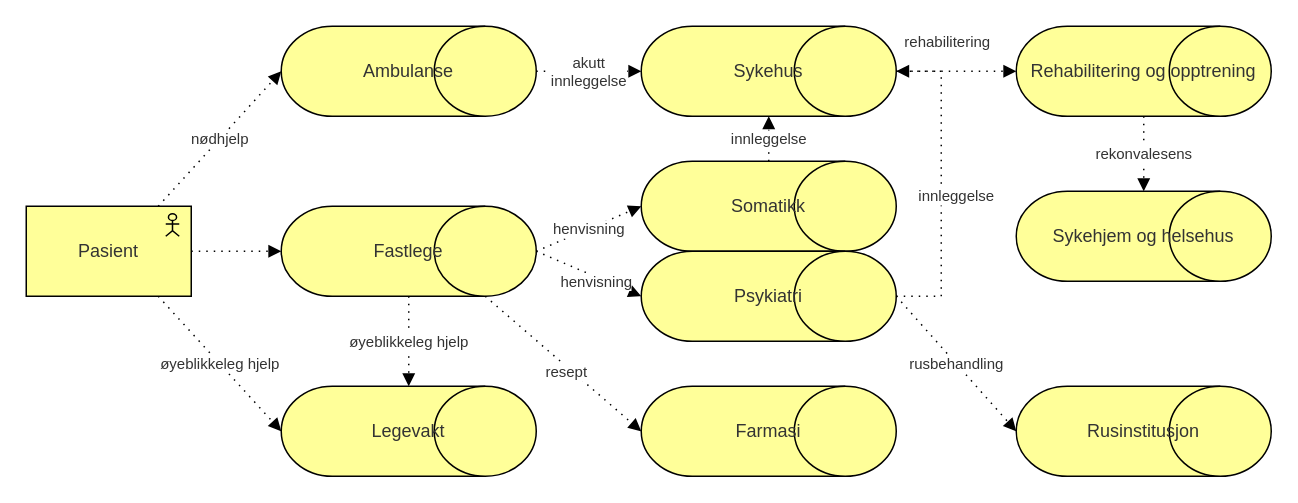
This is page "pasientflyt-oppdatert" (2 of 3) of docs/business/prosess.drawio from hdir/Digital-Forstelinje, a draw.io file, before an edit. Source tidied: cells renumbered, new cells numbered last; positions are measured from the earlier drawing's top-left corner, leaving out a move shared by most shapes. Both pictures are drawn from the tidied source at 150%, with x=0, y=0 at pixel (26, 26).
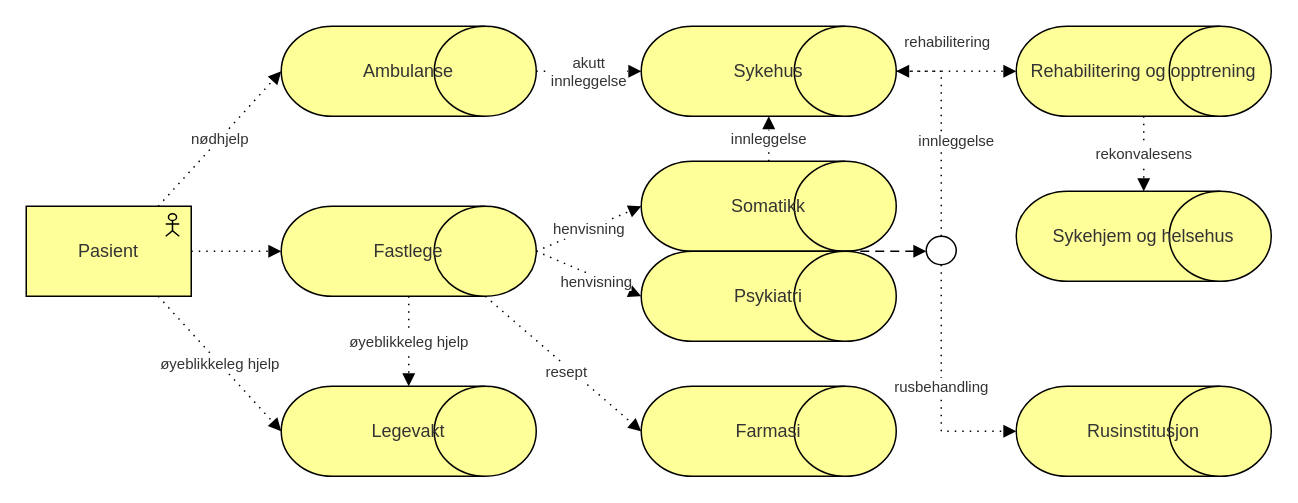
The same page after the edit.

Commit message:
prosess fixup

The change refers to these unchanged cells:
```xml
<mxCell id="6" value="Psykiatri" style="html=1;outlineConnect=0;whiteSpace=wrap;fillColor=#ffff99;shape=mxgraph.archimate3.role;fontColor=#333333;" parent="1" vertex="1">
  <mxGeometry x="410" y="150" width="170" height="60" as="geometry" />
</mxCell>
<mxCell id="7" value="Sykehus" style="html=1;outlineConnect=0;whiteSpace=wrap;fillColor=#ffff99;shape=mxgraph.archimate3.role;fontColor=#333333;" parent="1" vertex="1">
  <mxGeometry x="410" width="170" height="60" as="geometry" />
</mxCell>
<mxCell id="8" value="Rusinstitusjon" style="html=1;outlineConnect=0;whiteSpace=wrap;fillColor=#ffff99;shape=mxgraph.archimate3.role;fontColor=#333333;" parent="1" vertex="1">
  <mxGeometry x="660" y="240" width="170" height="60" as="geometry" />
</mxCell>
```

Diff of the diagram source:
```diff
@@
-    <mxCell id="17" value="innleggelse" style="endArrow=block;endFill=1;html=1;dashed=1;dashPattern=1 4;rounded=0;fontSize=10;fontColor=#333333;labelBackgroundColor=#ffffff;exitX=1;exitY=0.5;exitDx=0;exitDy=0;exitPerimeter=0;entryX=1;entryY=0.5;entryDx=0;entryDy=0;entryPerimeter=0;edgeStyle=orthogonalEdgeStyle;" parent="1" edge="1" source="6" target="7">
+    <mxCell id="17" value="innleggelse" style="endArrow=block;endFill=1;html=1;dashed=1;dashPattern=1 4;rounded=0;fontSize=10;fontColor=#333333;labelBackgroundColor=#ffffff;entryX=1;entryY=0.5;entryDx=0;entryDy=0;entryPerimeter=0;edgeStyle=orthogonalEdgeStyle;exitX=0.5;exitY=0;exitDx=0;exitDy=0;" parent="1" edge="1" source="26" target="7">
       <mxGeometry x="-0.07" y="-10" relative="1" as="geometry">
         <Array as="points">
-          <mxPoint x="610" y="180" />
           <mxPoint x="610" y="30" />
         </Array>
         <mxPoint y="1" as="offset" />
       </mxGeometry>
     </mxCell>
-    <mxCell id="18" value="rusbehandling" style="endArrow=block;endFill=1;html=1;dashed=1;dashPattern=1 4;rounded=0;fontSize=10;fontColor=#333333;labelBackgroundColor=#ffffff;exitX=1;exitY=0.5;exitDx=0;exitDy=0;exitPerimeter=0;entryX=0;entryY=0.5;entryDx=0;entryDy=0;entryPerimeter=0;" parent="1" edge="1" source="6" target="8">
+    <mxCell id="18" value="rusbehandling" style="endArrow=block;endFill=1;html=1;dashed=1;dashPattern=1 4;rounded=0;fontSize=10;fontColor=#333333;labelBackgroundColor=#ffffff;entryX=0;entryY=0.5;entryDx=0;entryDy=0;entryPerimeter=0;exitX=0.5;exitY=1;exitDx=0;exitDy=0;edgeStyle=orthogonalEdgeStyle;" parent="1" edge="1" source="26" target="8">
       <mxGeometry relative="1" as="geometry" />
     </mxCell>
@@
+    <mxCell id="26" style="ellipse;html=1;verticalLabelPosition=bottom;labelBackgroundColor=#ffffff;verticalAlign=top;fillColor=#ffffff;" parent="1" vertex="1">
+      <mxGeometry x="600" y="140" width="20" height="19" as="geometry" />
+    </mxCell>
+    <mxCell id="27" style="edgeStyle=elbowEdgeStyle;html=1;endArrow=block;dashed=1;elbow=vertical;endFill=1;dashPattern=6 4;exitX=0.8;exitY=0;exitDx=0;exitDy=0;exitPerimeter=0;entryX=0;entryY=0.5;entryDx=0;entryDy=0;" parent="1" edge="1" source="6" target="26">
+      <mxGeometry relative="1" as="geometry" />
+    </mxCell>
```
